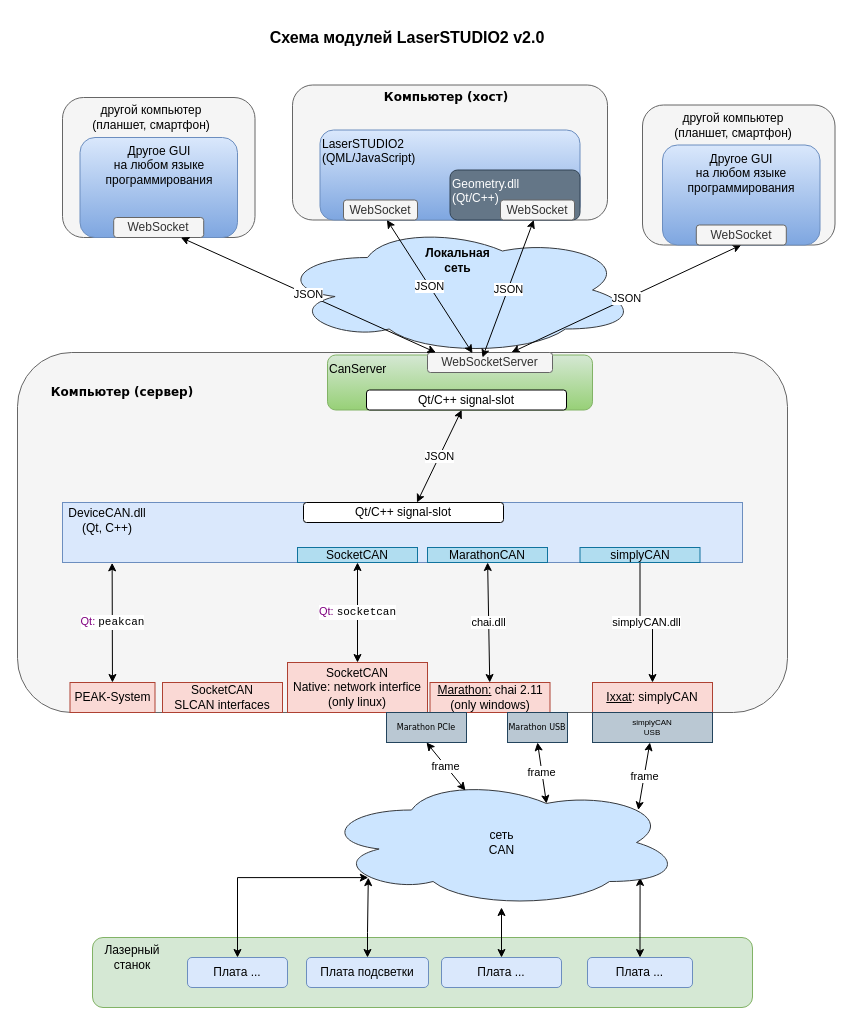
Earlier version of the draw.io diagram LaserSTUDIO2.drawio (ponBulat/dia). Source tidied: cells renumbered, new cells numbered last; positions are measured from the earlier drawing's top-left corner, leaving out a move shared by most shapes. Both pictures are drawn from the tidied source at 100%, with x=0, y=0 at pixel (17, 27).
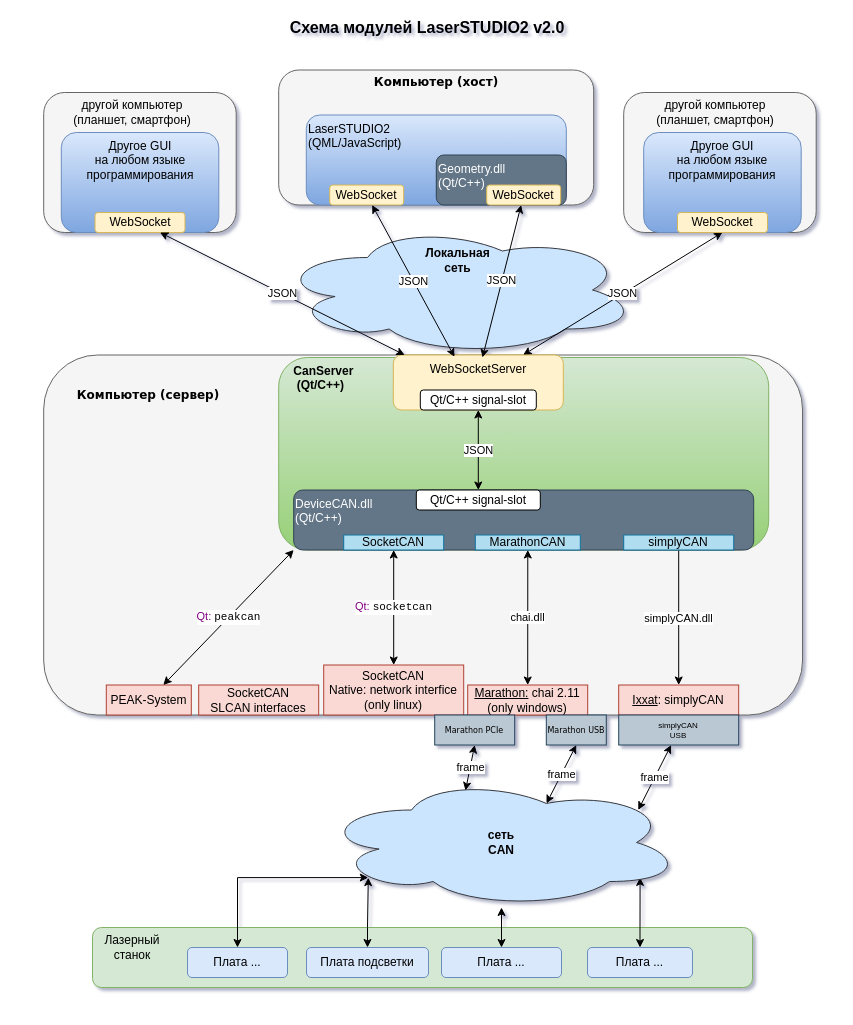
The same page after the edit.

The edit, as a diff of the source:
```diff
@@
-<mxGraphModel>
+<mxGraphModel shadow="1">
@@
     <mxCell id="2" style="rounded=1;whiteSpace=wrap;html=1;fillColor=#f5f5f5;strokeColor=#666666;fontColor=#333333;" parent="1" vertex="1">
-      <mxGeometry x="45" y="70" width="192.5" height="140" as="geometry" />
+      <mxGeometry x="26.2" y="65" width="192.5" height="140" as="geometry" />
     </mxCell>
     <mxCell id="3" style="rounded=1;whiteSpace=wrap;html=1;fillColor=#f5f5f5;strokeColor=#666666;fontColor=#333333;" parent="1" vertex="1">
-      <mxGeometry x="625" y="77.5" width="192.5" height="140" as="geometry" />
+      <mxGeometry x="606.2" y="65" width="192.5" height="140" as="geometry" />
     </mxCell>
@@
     <mxCell id="5" style="rounded=1;whiteSpace=wrap;html=1;fillColor=#f5f5f5;strokeColor=#666666;fontColor=#333333;" parent="1" vertex="1">
-      <mxGeometry y="325" width="770" height="360" as="geometry" />
+      <mxGeometry x="26.2" y="327.5" width="758.8" height="360" as="geometry" />
     </mxCell>
     <mxCell id="6" style="rounded=1;whiteSpace=wrap;html=1;fillColor=#d5e8d4;strokeColor=#82b366;" parent="1" vertex="1">
-      <mxGeometry x="75" y="910" width="660" height="70" as="geometry" />
+      <mxGeometry x="75" y="900" width="660" height="60" as="geometry" />
     </mxCell>
@@
     <mxCell id="8" value="Плата подсветки" style="rounded=1;whiteSpace=wrap;html=1;fillColor=#dae8fc;strokeColor=#6c8ebf;" parent="1" vertex="1">
-      <mxGeometry x="289" y="930" width="122" height="30" as="geometry" />
+      <mxGeometry x="289" y="920" width="122" height="30" as="geometry" />
     </mxCell>
     <mxCell id="9" value="Лазерный станок" style="text;html=1;strokeColor=none;fillColor=none;align=center;verticalAlign=middle;whiteSpace=wrap;rounded=0;" parent="1" vertex="1">
-      <mxGeometry x="80" y="920" width="70" height="20" as="geometry" />
+      <mxGeometry x="80" y="910" width="70" height="20" as="geometry" />
     </mxCell>
@@
     <mxCell id="11" value="Плата ..." style="rounded=1;whiteSpace=wrap;html=1;fillColor=#dae8fc;strokeColor=#6c8ebf;" parent="1" vertex="1">
-      <mxGeometry x="170" y="930" width="100" height="30" as="geometry" />
+      <mxGeometry x="170" y="920" width="100" height="30" as="geometry" />
     </mxCell>
@@
     <mxCell id="13" value="Плата ..." style="rounded=1;whiteSpace=wrap;html=1;fillColor=#dae8fc;strokeColor=#6c8ebf;" parent="1" vertex="1">
-      <mxGeometry x="424" y="930" width="120" height="30" as="geometry" />
+      <mxGeometry x="424" y="920" width="120" height="30" as="geometry" />
     </mxCell>
@@
     <mxCell id="15" value="Плата ..." style="rounded=1;whiteSpace=wrap;html=1;fillColor=#dae8fc;strokeColor=#6c8ebf;" parent="1" vertex="1">
-      <mxGeometry x="570" y="930" width="105" height="30" as="geometry" />
+      <mxGeometry x="570" y="920" width="105" height="30" as="geometry" />
     </mxCell>
     <mxCell id="16" style="rounded=1;whiteSpace=wrap;html=1;fillColor=#f5f5f5;strokeColor=#666666;fontColor=#333333;" parent="1" vertex="1">
-      <mxGeometry x="275" y="57.5" width="315" height="135" as="geometry" />
+      <mxGeometry x="261.2" y="42.5" width="315" height="135" as="geometry" />
     </mxCell>
     <mxCell id="17" value="&lt;font face=&quot;Verdana&quot;&gt;&lt;b&gt;Компьютер (хост)&lt;/b&gt;&lt;/font&gt;" style="text;html=1;strokeColor=none;fillColor=none;align=center;verticalAlign=middle;whiteSpace=wrap;rounded=0;" parent="1" vertex="1">
-      <mxGeometry x="349" y="45" width="160" height="50" as="geometry" />
+      <mxGeometry x="338.8" y="30" width="160" height="50" as="geometry" />
     </mxCell>
     <mxCell id="18" value="&lt;div style=&quot;font-size: 16px&quot;&gt;Схема модулей LaserSTUDIO2 v2.0&lt;/div&gt;" style="text;html=1;strokeColor=none;fillColor=none;align=center;verticalAlign=middle;whiteSpace=wrap;rounded=0;fontStyle=1;" parent="1" vertex="1">
-      <mxGeometry x="160" width="460" height="20" as="geometry" />
+      <mxGeometry x="180" y="-10" width="460" height="20" as="geometry" />
     </mxCell>
     <mxCell id="19" value="&lt;u&gt;Marathon:&lt;/u&gt; chai 2.11&lt;br&gt;(only windows)" style="rounded=0;whiteSpace=wrap;html=1;fillColor=#fad9d5;strokeColor=#ae4132;" parent="1" vertex="1">
-      <mxGeometry x="412.5" y="655" width="120" height="30" as="geometry" />
+      <mxGeometry x="450.2" y="657.5" width="120" height="30" as="geometry" />
     </mxCell>
     <mxCell id="20" value="SocketCAN&lt;br&gt;Native: network interfice&lt;br&gt;(only linux)&lt;br&gt;" style="rounded=0;whiteSpace=wrap;html=1;fillColor=#fad9d5;strokeColor=#ae4132;" parent="1" vertex="1">
-      <mxGeometry x="270" y="635" width="140" height="50" as="geometry" />
+      <mxGeometry x="306.2" y="637.5" width="140" height="50" as="geometry" />
     </mxCell>
     <mxCell id="21" value="&lt;u&gt;Ixxat&lt;/u&gt;: simplyCAN" style="rounded=0;whiteSpace=wrap;html=1;fillColor=#fad9d5;strokeColor=#ae4132;" parent="1" vertex="1">
-      <mxGeometry x="575" y="655" width="120" height="30" as="geometry" />
+      <mxGeometry x="601.2" y="657.5" width="120" height="30" as="geometry" />
     </mxCell>
     <mxCell id="22" value="SocketCAN&lt;br&gt;SLCAN interfaces" style="rounded=0;whiteSpace=wrap;html=1;fillColor=#fad9d5;strokeColor=#ae4132;" parent="1" vertex="1">
-      <mxGeometry x="145" y="655" width="120" height="30" as="geometry" />
+      <mxGeometry x="181.2" y="657.5" width="120" height="30" as="geometry" />
     </mxCell>
     <mxCell id="23" value="&lt;p style=&quot;font-size: 8px&quot;&gt;&lt;font style=&quot;font-size: 8px&quot; face=&quot;Verdana&quot;&gt;Marathon USB&lt;/font&gt;&lt;/p&gt;" style="rounded=0;whiteSpace=wrap;html=1;fillColor=#bac8d3;strokeColor=#23445d;" parent="1" vertex="1">
-      <mxGeometry x="490" y="685" width="60" height="30" as="geometry" />
+      <mxGeometry x="528.8" y="687.5" width="60" height="30" as="geometry" />
     </mxCell>
     <mxCell id="24" value="&lt;p style=&quot;font-size: 8px&quot;&gt;simplyCAN&lt;br&gt;USB&lt;br&gt;&lt;/p&gt;" style="rounded=0;whiteSpace=wrap;html=1;fillColor=#bac8d3;strokeColor=#23445d;" parent="1" vertex="1">
-      <mxGeometry x="575" y="685" width="120" height="30" as="geometry" />
+      <mxGeometry x="601.2" y="687.5" width="120" height="30" as="geometry" />
     </mxCell>
     <mxCell id="25" value="&lt;p style=&quot;font-size: 8px&quot;&gt;&lt;font style=&quot;font-size: 8px&quot; face=&quot;Verdana&quot;&gt;Marathon PCIe&lt;/font&gt;&lt;/p&gt;" style="rounded=0;whiteSpace=wrap;html=1;fillColor=#bac8d3;strokeColor=#23445d;" parent="1" vertex="1">
-      <mxGeometry x="369" y="685" width="80" height="30" as="geometry" />
+      <mxGeometry x="417.2" y="687.5" width="80" height="30" as="geometry" />
     </mxCell>
-    <mxCell id="26" style="rounded=0;whiteSpace=wrap;html=1;fillColor=#dae8fc;strokeColor=#6c8ebf;" parent="1" vertex="1">
-      <mxGeometry x="45" y="475" width="680" height="60" as="geometry" />
-    </mxCell>
-    <mxCell id="27" value="MarathonCAN" style="rounded=0;whiteSpace=wrap;html=1;fillColor=#b1ddf0;strokeColor=#10739e;" parent="1" vertex="1">
-      <mxGeometry x="410" y="520" width="120" height="15" as="geometry" />
-    </mxCell>
@@
-    <mxCell id="29" value="simplyCAN" style="rounded=0;whiteSpace=wrap;html=1;fillColor=#b1ddf0;strokeColor=#10739e;" parent="1" vertex="1">
-      <mxGeometry x="562.5" y="520" width="120" height="15" as="geometry" />
-    </mxCell>
-    <mxCell id="30" value="DeviceCAN.dll&lt;br&gt;(Qt, C++)" style="text;html=1;strokeColor=none;fillColor=none;align=center;verticalAlign=middle;whiteSpace=wrap;rounded=0;" parent="1" vertex="1">
-      <mxGeometry x="45" y="475" width="90" height="35" as="geometry" />
-    </mxCell>
@@
     <mxCell id="32" value="PEAK-System" style="rounded=0;whiteSpace=wrap;html=1;fillColor=#fad9d5;strokeColor=#ae4132;" parent="1" vertex="1">
-      <mxGeometry x="52.5" y="655" width="85" height="30" as="geometry" />
+      <mxGeometry x="88.8" y="657.5" width="85" height="30" as="geometry" />
     </mxCell>
@@
-    <mxCell id="34" value="&lt;div&gt;&lt;span style=&quot;color: #800080&quot;&gt;Qt: &lt;/span&gt;&lt;code&gt;peakcan&lt;/code&gt;&lt;code&gt;&lt;/code&gt;&lt;/div&gt;" style="endArrow=classic;startArrow=classic;html=1;entryX=0.073;entryY=1.006;entryDx=0;entryDy=0;entryPerimeter=0;" parent="1" edge="1" source="32" target="26">
+    <mxCell id="34" value="&lt;div&gt;&lt;span style=&quot;color: #800080&quot;&gt;Qt: &lt;/span&gt;&lt;code&gt;peakcan&lt;/code&gt;&lt;code&gt;&lt;/code&gt;&lt;/div&gt;" style="endArrow=classic;startArrow=classic;html=1;entryX=0;entryY=1;entryDx=0;entryDy=0;" parent="1" edge="1" source="32" target="26">
       <mxGeometry relative="1" as="geometry" />
     </mxCell>
     <mxCell id="35" value="LaserSTUDIO2&lt;br&gt;(QML/JavaScript)" style="rounded=1;whiteSpace=wrap;html=1;fillColor=#dae8fc;gradientColor=#7ea6e0;strokeColor=#6c8ebf;verticalAlign=top;align=left;" parent="1" vertex="1">
-      <mxGeometry x="302.5" y="102.5" width="260" height="90" as="geometry" />
+      <mxGeometry x="288.8" y="87.5" width="260" height="90" as="geometry" />
     </mxCell>
     <mxCell id="36" value="Другое GUI &lt;br&gt;на любом языке программирования" style="rounded=1;whiteSpace=wrap;html=1;fillColor=#dae8fc;gradientColor=#7ea6e0;strokeColor=#6c8ebf;verticalAlign=top;" parent="1" vertex="1">
-      <mxGeometry x="645" y="117.5" width="157.5" height="100" as="geometry" />
+      <mxGeometry x="626.2" y="105" width="157.5" height="100" as="geometry" />
     </mxCell>
-    <mxCell id="37" value="WebSocket" style="rounded=1;whiteSpace=wrap;html=1;fillColor=#f5f5f5;strokeColor=#666666;fontColor=#333333;" parent="1" vertex="1">
-      <mxGeometry x="326" y="172.5" width="74" height="20" as="geometry" />
+    <mxCell id="37" value="WebSocket" style="rounded=1;whiteSpace=wrap;html=1;fillColor=#fff2cc;strokeColor=#d6b656;" parent="1" vertex="1">
+      <mxGeometry x="312.2" y="157.5" width="74" height="20" as="geometry" />
     </mxCell>
-    <mxCell id="38" value="CanServer" style="rounded=1;whiteSpace=wrap;html=1;fillColor=#d5e8d4;strokeColor=#82b366;gradientColor=#97d077;align=left;horizontal=1;verticalAlign=top;" parent="1" vertex="1">
-      <mxGeometry x="310" y="327.5" width="265" height="55" as="geometry" />
+    <mxCell id="38" value="&amp;nbsp; &amp;nbsp; CanServer&lt;br&gt;&amp;nbsp; &amp;nbsp; &amp;nbsp;(Qt/C++)" style="rounded=1;whiteSpace=wrap;html=1;fillColor=#d5e8d4;strokeColor=#82b366;gradientColor=#97d077;align=left;horizontal=1;verticalAlign=top;fontStyle=1;" parent="1" vertex="1">
+      <mxGeometry x="261.2" y="330" width="490" height="192.5" as="geometry" />
     </mxCell>
-    <mxCell id="39" value="JSON" style="endArrow=classic;startArrow=classic;html=1;" parent="1" edge="1" source="26" target="44">
+    <mxCell id="39" value="JSON" style="endArrow=classic;startArrow=classic;html=1;" parent="1" edge="1" source="46" target="44">
       <mxGeometry relative="1" as="geometry" />
     </mxCell>
@@
     <mxCell id="41" value="&lt;font face=&quot;Verdana&quot;&gt;&lt;b&gt;Компьютер (сервер)&lt;/b&gt;&lt;/font&gt;" style="text;html=1;strokeColor=none;fillColor=none;align=center;verticalAlign=middle;whiteSpace=wrap;rounded=0;" parent="1" vertex="1">
-      <mxGeometry x="25" y="340" width="160" height="50" as="geometry" />
+      <mxGeometry x="51.2" y="342.5" width="160" height="50" as="geometry" />
     </mxCell>
-    <mxCell id="42" value="WebSocketServer" style="rounded=1;whiteSpace=wrap;html=1;fillColor=#f5f5f5;strokeColor=#666666;fontColor=#333333;" parent="1" vertex="1">
-      <mxGeometry x="410" y="325" width="125" height="20" as="geometry" />
+    <mxCell id="42" value="WebSocketServer" style="rounded=1;whiteSpace=wrap;html=1;fillColor=#fff2cc;strokeColor=#d6b656;align=center;verticalAlign=top;" parent="1" vertex="1">
+      <mxGeometry x="375.8" y="327.5" width="170" height="55" as="geometry" />
     </mxCell>
-    <mxCell id="43" value="WebSocket" style="rounded=1;whiteSpace=wrap;html=1;fillColor=#f5f5f5;strokeColor=#666666;fontColor=#333333;" parent="1" vertex="1">
-      <mxGeometry x="678.8" y="197.5" width="90" height="20" as="geometry" />
+    <mxCell id="43" value="WebSocket" style="rounded=1;whiteSpace=wrap;html=1;fillColor=#fff2cc;strokeColor=#d6b656;" parent="1" vertex="1">
+      <mxGeometry x="660" y="185" width="90" height="20" as="geometry" />
     </mxCell>
     <mxCell id="44" value="Qt/С++ signal-slot" style="rounded=1;whiteSpace=wrap;html=1;" parent="1" vertex="1">
-      <mxGeometry x="349" y="362.5" width="200" height="20" as="geometry" />
+      <mxGeometry x="402.8" y="362.5" width="116" height="20" as="geometry" />
     </mxCell>
@@
-    <mxCell id="46" value="Qt/С++ signal-slot" style="rounded=1;whiteSpace=wrap;html=1;" parent="1" vertex="1">
-      <mxGeometry x="286" y="475" width="200" height="20" as="geometry" />
-    </mxCell>
-    <mxCell id="47" value="SocketCAN" style="rounded=0;whiteSpace=wrap;html=1;fillColor=#b1ddf0;strokeColor=#10739e;" parent="1" vertex="1">
-      <mxGeometry x="280" y="520" width="120" height="15" as="geometry" />
-    </mxCell>
@@
-    <mxCell id="49" style="ellipse;shape=cloud;whiteSpace=wrap;html=1;align=center;verticalAlign=top;fillColor=#cce5ff;strokeColor=#36393d;" parent="1" vertex="1">
+    <mxCell id="49" value="сеть&lt;br style=&quot;font-size: 12px;&quot;&gt;CAN" style="ellipse;shape=cloud;whiteSpace=wrap;html=1;align=center;verticalAlign=middle;fillColor=#cce5ff;strokeColor=#36393d;fontStyle=1;fontSize=12;" parent="1" vertex="1">
       <mxGeometry x="304" y="750" width="360" height="130" as="geometry" />
     </mxCell>
@@
-    <mxCell id="53" value="&lt;div&gt;сеть&lt;/div&gt;&lt;div&gt;CAN&lt;/div&gt;" style="text;html=1;strokeColor=none;fillColor=none;align=center;verticalAlign=middle;whiteSpace=wrap;rounded=0;" parent="1" vertex="1">
-      <mxGeometry x="448.5" y="800" width="71" height="30" as="geometry" />
-    </mxCell>
     <mxCell id="54" value="другой компьютер (планшет, смартфон)" style="text;html=1;strokeColor=none;fillColor=none;align=center;verticalAlign=middle;whiteSpace=wrap;rounded=0;" parent="1" vertex="1">
-      <mxGeometry x="636.2" y="72.5" width="160" height="50" as="geometry" />
+      <mxGeometry x="617.5" y="60" width="160" height="50" as="geometry" />
     </mxCell>
     <mxCell id="55" value="Geometry.dll&lt;br&gt;(Qt/C++)" style="rounded=1;whiteSpace=wrap;html=1;fillColor=#647687;strokeColor=#314354;verticalAlign=top;align=left;fontColor=#ffffff;" parent="1" vertex="1">
-      <mxGeometry x="432.5" y="142.5" width="130" height="50" as="geometry" />
+      <mxGeometry x="418.8" y="127.5" width="130" height="50" as="geometry" />
     </mxCell>
-    <mxCell id="56" value="WebSocket" style="rounded=1;whiteSpace=wrap;html=1;fillColor=#f5f5f5;strokeColor=#666666;fontColor=#333333;" parent="1" vertex="1">
-      <mxGeometry x="483" y="172.5" width="74" height="20" as="geometry" />
+    <mxCell id="56" value="WebSocket" style="rounded=1;whiteSpace=wrap;html=1;fillColor=#fff2cc;strokeColor=#d6b656;" parent="1" vertex="1">
+      <mxGeometry x="469.2" y="157.5" width="74" height="20" as="geometry" />
     </mxCell>
@@
     <mxCell id="58" value="Другое GUI &lt;br&gt;на любом языке программирования" style="rounded=1;whiteSpace=wrap;html=1;fillColor=#dae8fc;gradientColor=#7ea6e0;strokeColor=#6c8ebf;verticalAlign=top;" parent="1" vertex="1">
-      <mxGeometry x="62.5" y="110" width="157.5" height="100" as="geometry" />
+      <mxGeometry x="43.8" y="105" width="157.5" height="100" as="geometry" />
     </mxCell>
-    <mxCell id="59" value="WebSocket" style="rounded=1;whiteSpace=wrap;html=1;fillColor=#f5f5f5;strokeColor=#666666;fontColor=#333333;" parent="1" vertex="1">
-      <mxGeometry x="96.2" y="190" width="90" height="20" as="geometry" />
+    <mxCell id="59" value="WebSocket" style="rounded=1;whiteSpace=wrap;html=1;fillColor=#fff2cc;strokeColor=#d6b656;" parent="1" vertex="1">
+      <mxGeometry x="77.5" y="185" width="90" height="20" as="geometry" />
     </mxCell>
     <mxCell id="60" value="другой компьютер (планшет, смартфон)" style="text;html=1;strokeColor=none;fillColor=none;align=center;verticalAlign=middle;whiteSpace=wrap;rounded=0;" parent="1" vertex="1">
-      <mxGeometry x="53.8" y="65" width="160" height="50" as="geometry" />
+      <mxGeometry x="35" y="60" width="160" height="50" as="geometry" />
     </mxCell>
@@
+    <mxCell id="26" value="&lt;div&gt;DeviceCAN.dll&lt;/div&gt;&lt;div&gt;(Qt/C++)&lt;/div&gt;" style="rounded=1;whiteSpace=wrap;html=1;fillColor=#647687;strokeColor=#314354;fontColor=#ffffff;verticalAlign=top;align=left;" parent="1" vertex="1">
+      <mxGeometry x="276.2" y="462.5" width="460" height="60" as="geometry" />
+    </mxCell>
+    <mxCell id="46" value="Qt/С++ signal-slot" style="rounded=1;whiteSpace=wrap;html=1;" parent="1" vertex="1">
+      <mxGeometry x="398.8" y="462.5" width="124" height="20" as="geometry" />
+    </mxCell>
+    <mxCell id="29" value="simplyCAN" style="rounded=0;whiteSpace=wrap;html=1;fillColor=#b1ddf0;strokeColor=#10739e;" parent="1" vertex="1">
+      <mxGeometry x="606.2" y="507.5" width="110" height="15" as="geometry" />
+    </mxCell>
+    <mxCell id="27" value="MarathonCAN" style="rounded=0;whiteSpace=wrap;html=1;fillColor=#b1ddf0;strokeColor=#10739e;" parent="1" vertex="1">
+      <mxGeometry x="457.8" y="507.5" width="105" height="15" as="geometry" />
+    </mxCell>
+    <mxCell id="47" value="SocketCAN" style="rounded=0;whiteSpace=wrap;html=1;fillColor=#b1ddf0;strokeColor=#10739e;" parent="1" vertex="1">
+      <mxGeometry x="326.2" y="507.5" width="100" height="15" as="geometry" />
+    </mxCell>
```
